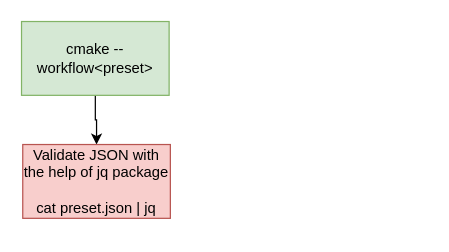
The draw.io diagram CMake.drawio in codehard123/API, before the edit. Source tidied: cells renumbered, new cells numbered last; positions are measured from the earlier drawing's top-left corner, leaving out a move shared by most shapes. Both pictures are drawn from the tidied source at 123%, with x=0, y=0 at pixel (21, 21).
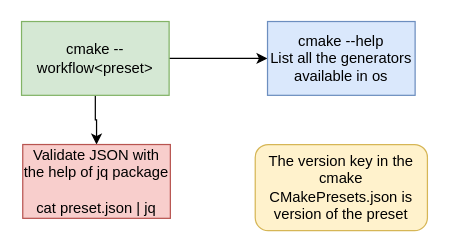
The same diagram, later.

Diff of the diagram source:
```diff
@@
 <mxGraphModel>
   <root>
     <mxCell id="0" />
     <mxCell id="1" parent="0" />
     <mxCell id="2" style="edgeStyle=orthogonalEdgeStyle;rounded=0;jettySize=auto;html=1;" parent="1" edge="1" source="3" target="4">
       <mxGeometry relative="1" as="geometry" />
     </mxCell>
+    <mxCell id="5" style="edgeStyle=orthogonalEdgeStyle;rounded=0;jettySize=auto;html=1;" parent="1" edge="1" source="3" target="6">
+      <mxGeometry relative="1" as="geometry" />
+    </mxCell>
     <mxCell id="3" value="cmake --workflow&amp;lt;preset&amp;gt;" style="rounded=0;whiteSpace=wrap;html=1;fillColor=#d5e8d4;strokeColor=#82b366;" parent="1" vertex="1">
       <mxGeometry width="120" height="60" as="geometry" />
     </mxCell>
     <mxCell id="4" value="Validate JSON with the help of jq package&lt;div&gt;&lt;br&gt;&lt;/div&gt;&lt;div&gt;cat preset.json | jq&lt;/div&gt;" style="whiteSpace=wrap;html=1;fillColor=#f8cecc;strokeColor=#b85450;rounded=0;" parent="1" vertex="1">
       <mxGeometry x="1" y="100" width="120" height="60" as="geometry" />
     </mxCell>
+    <mxCell id="6" value="cmake --help&lt;div&gt;List all the generators available in os&lt;/div&gt;" style="whiteSpace=wrap;html=1;fillColor=#dae8fc;strokeColor=#6c8ebf;rounded=0;" parent="1" vertex="1">
+      <mxGeometry x="200" width="120" height="60" as="geometry" />
+    </mxCell>
+    <mxCell id="7" value="The version key in the cmake CMakePresets.json is version of the preset" style="rounded=1;whiteSpace=wrap;html=1;fillColor=#fff2cc;strokeColor=#d6b656;" parent="1" vertex="1">
+      <mxGeometry x="190" y="100" width="140" height="70" as="geometry" />
+    </mxCell>
   </root>
 </mxGraphModel>
```
